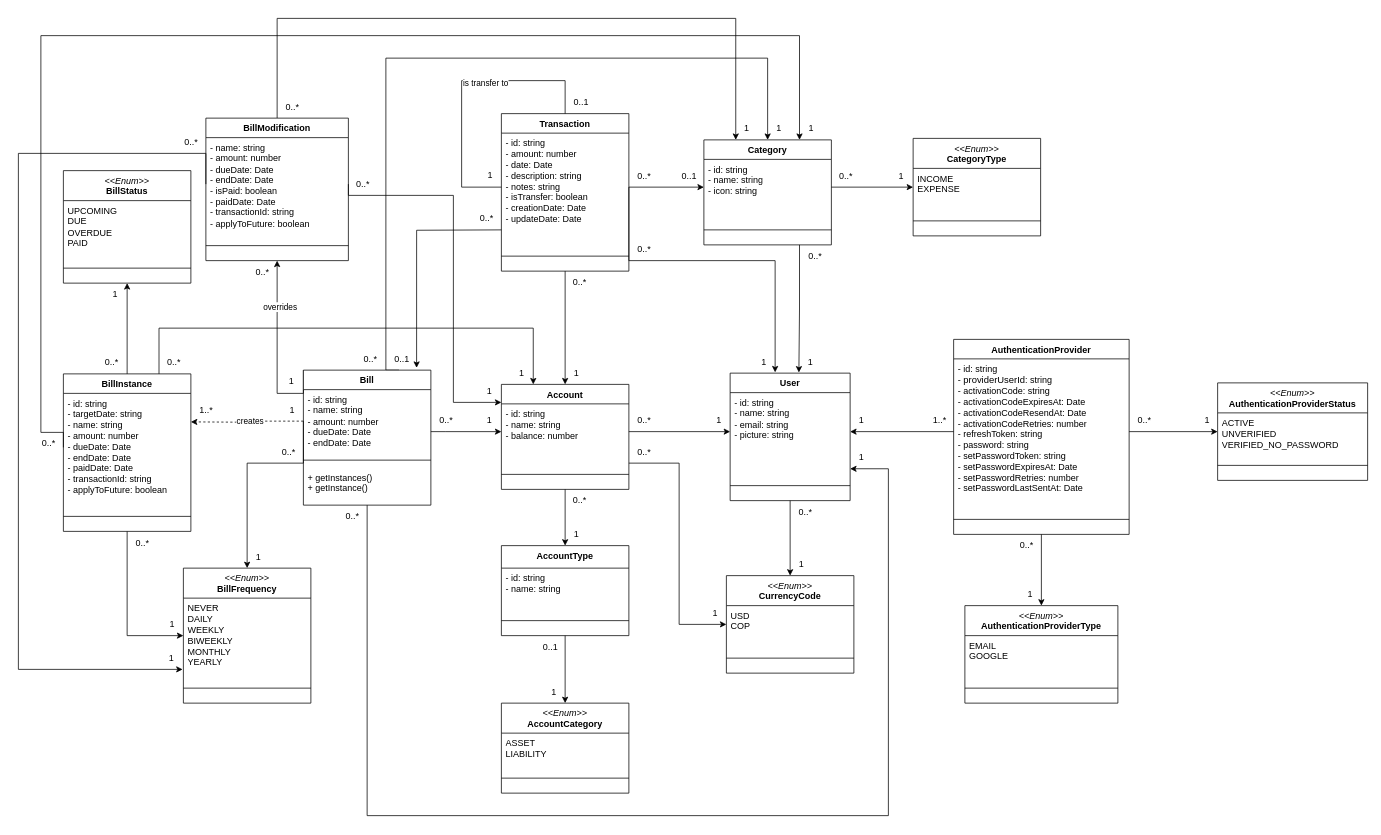
Earlier version of the draw.io diagram docs/class_budget.drawio (acastillo9/budget-api). Source tidied: cells renumbered, new cells numbered last; positions are measured from the earlier drawing's top-left corner, leaving out a move shared by most shapes. Both pictures are drawn from the tidied source at 75%, with x=0, y=0 at pixel (18, 18).
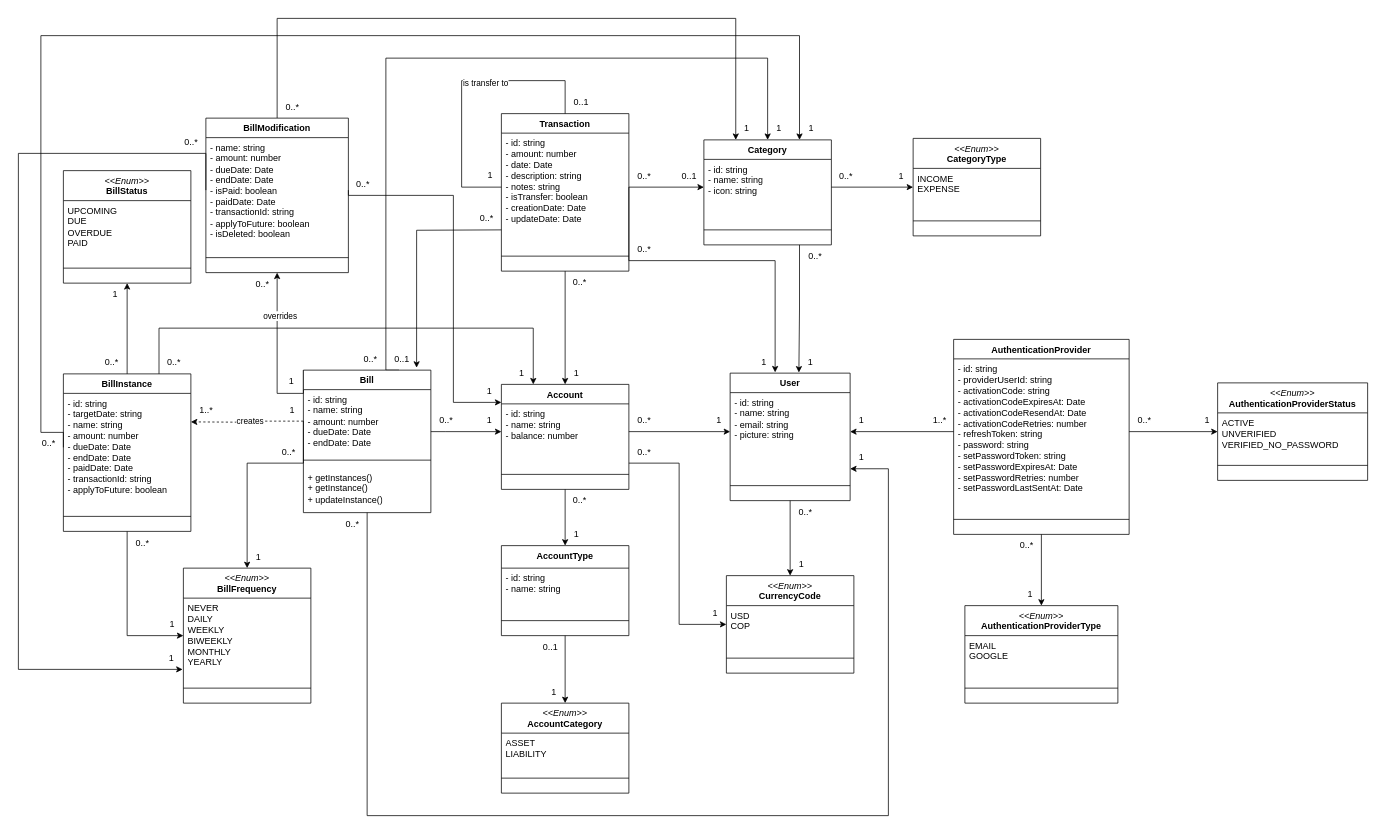
The same page after the edit.

The edit, as a diff of the source:
```diff
@@
     <mxCell id="83" value="Bill" style="swimlane;fontStyle=1;align=center;verticalAlign=top;horizontal=1;startSize=26;whiteSpace=wrap;html=1;" parent="1" vertex="1">
-      <mxGeometry x="380" y="469" width="170" height="180" as="geometry" />
+      <mxGeometry x="380" y="469" width="170" height="190" as="geometry" />
     </mxCell>
@@
-    <mxCell id="86" value="+ getInstances()&lt;div&gt;+ getInstance()&lt;/div&gt;" style="text;strokeColor=none;fillColor=none;align=left;verticalAlign=top;spacingLeft=4;spacingRight=4;overflow=hidden;whiteSpace=wrap;html=1;" parent="83" vertex="1">
-      <mxGeometry y="130" width="170" height="50" as="geometry" />
+    <mxCell id="86" value="+ getInstances()&lt;div&gt;+ getInstance()&lt;/div&gt;&lt;div&gt;+ updateInstance()&lt;/div&gt;" style="text;strokeColor=none;fillColor=none;align=left;verticalAlign=top;spacingLeft=4;spacingRight=4;overflow=hidden;whiteSpace=wrap;html=1;" parent="83" vertex="1">
+      <mxGeometry y="130" width="170" height="60" as="geometry" />
     </mxCell>
@@
     <mxCell id="98" value="0..*" style="text;html=1;align=center;verticalAlign=middle;strokeColor=none;fillColor=none;" parent="1" vertex="1">
-      <mxGeometry x="425" y="649" width="40" height="30" as="geometry" />
+      <mxGeometry x="425" y="659" width="40" height="30" as="geometry" />
     </mxCell>
@@
     <mxCell id="116" value="BillModification" style="swimlane;fontStyle=1;align=center;verticalAlign=top;horizontal=1;startSize=26;whiteSpace=wrap;html=1;" parent="1" vertex="1">
-      <mxGeometry x="250" y="133" width="190" height="190" as="geometry" />
+      <mxGeometry x="250" y="133" width="190" height="206" as="geometry" />
     </mxCell>
-    <mxCell id="117" value="&lt;div&gt;- name: string&lt;/div&gt;&lt;div&gt;- amount: number&lt;/div&gt;&lt;div&gt;- dueDate: Date&lt;/div&gt;&lt;div&gt;- endDate: Date&lt;/div&gt;&lt;div&gt;- isPaid: boolean&lt;/div&gt;&lt;div&gt;- paidDate: Date&lt;/div&gt;&lt;div&gt;- transactionId: string&lt;/div&gt;&lt;div&gt;- applyToFuture: boolean&lt;/div&gt;" style="text;strokeColor=none;fillColor=none;align=left;verticalAlign=top;spacingLeft=4;spacingRight=4;overflow=hidden;points=[[0,0.5],[1,0.5]];portConstraint=eastwest;whiteSpace=wrap;html=1;" parent="116" vertex="1">
-      <mxGeometry y="26" width="190" height="124" as="geometry" />
+    <mxCell id="117" value="&lt;div&gt;- name: string&lt;/div&gt;&lt;div&gt;- amount: number&lt;/div&gt;&lt;div&gt;- dueDate: Date&lt;/div&gt;&lt;div&gt;- endDate: Date&lt;/div&gt;&lt;div&gt;- isPaid: boolean&lt;/div&gt;&lt;div&gt;- paidDate: Date&lt;/div&gt;&lt;div&gt;- transactionId: string&lt;/div&gt;&lt;div&gt;- applyToFuture: boolean&lt;/div&gt;&lt;div&gt;- isDeleted: boolean&lt;/div&gt;" style="text;strokeColor=none;fillColor=none;align=left;verticalAlign=top;spacingLeft=4;spacingRight=4;overflow=hidden;points=[[0,0.5],[1,0.5]];portConstraint=eastwest;whiteSpace=wrap;html=1;" parent="116" vertex="1">
+      <mxGeometry y="26" width="190" height="140" as="geometry" />
     </mxCell>
     <mxCell id="118" style="line;strokeWidth=1;fillColor=none;align=left;verticalAlign=middle;spacingTop=-1;spacingLeft=3;spacingRight=3;labelPosition=right;strokeColor=inherit;" parent="116" vertex="1">
-      <mxGeometry y="150" width="190" height="40" as="geometry" />
+      <mxGeometry y="166" width="190" height="40" as="geometry" />
     </mxCell>
     <mxCell id="119" value="0..*" style="text;html=1;align=center;verticalAlign=middle;strokeColor=none;fillColor=none;" parent="1" vertex="1">
-      <mxGeometry x="305" y="323" width="40" height="30" as="geometry" />
+      <mxGeometry x="305" y="339" width="40" height="30" as="geometry" />
     </mxCell>
```
